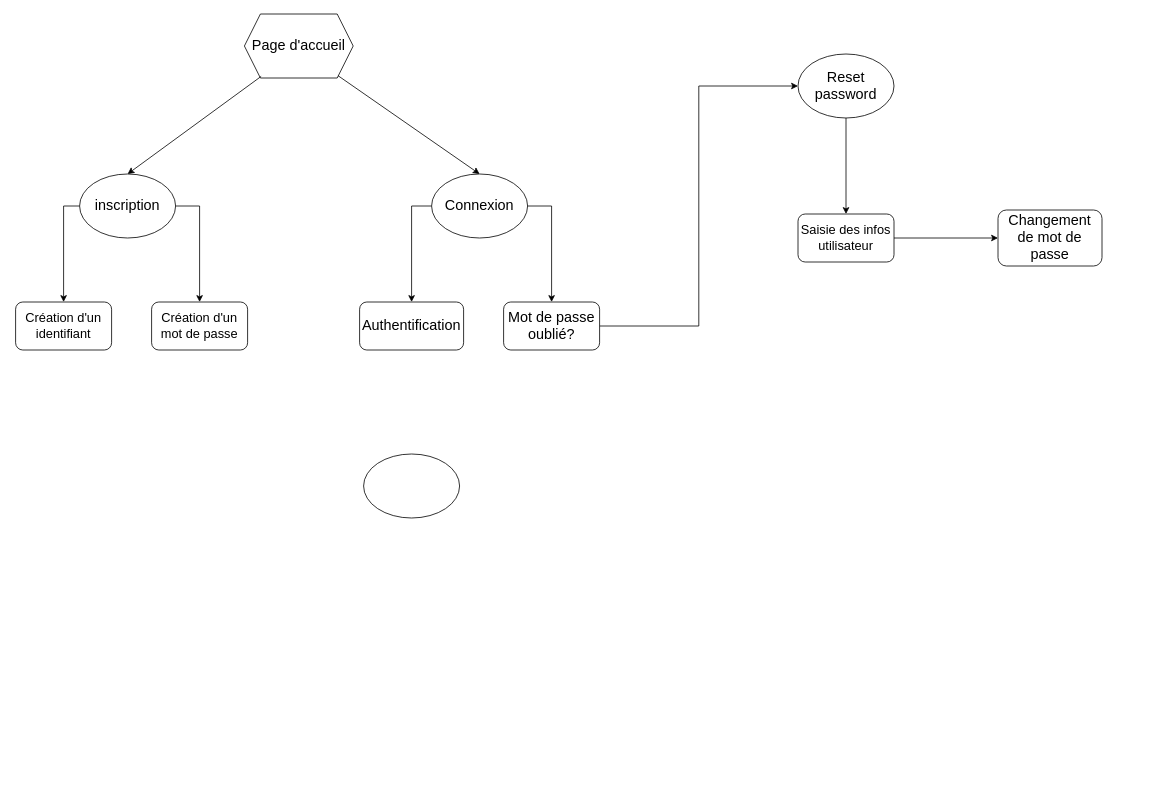
Tojomichel/-PPE---Attribution-des-places-de-parking keeps this draw.io diagram as maquette.drawio. Above is the earlier version. Source tidied: cells renumbered, new cells numbered last; positions are measured from the earlier drawing's top-left corner, leaving out a move shared by most shapes. Both pictures are drawn from the tidied source at 80%, with x=0, y=0 at pixel (15, 14).
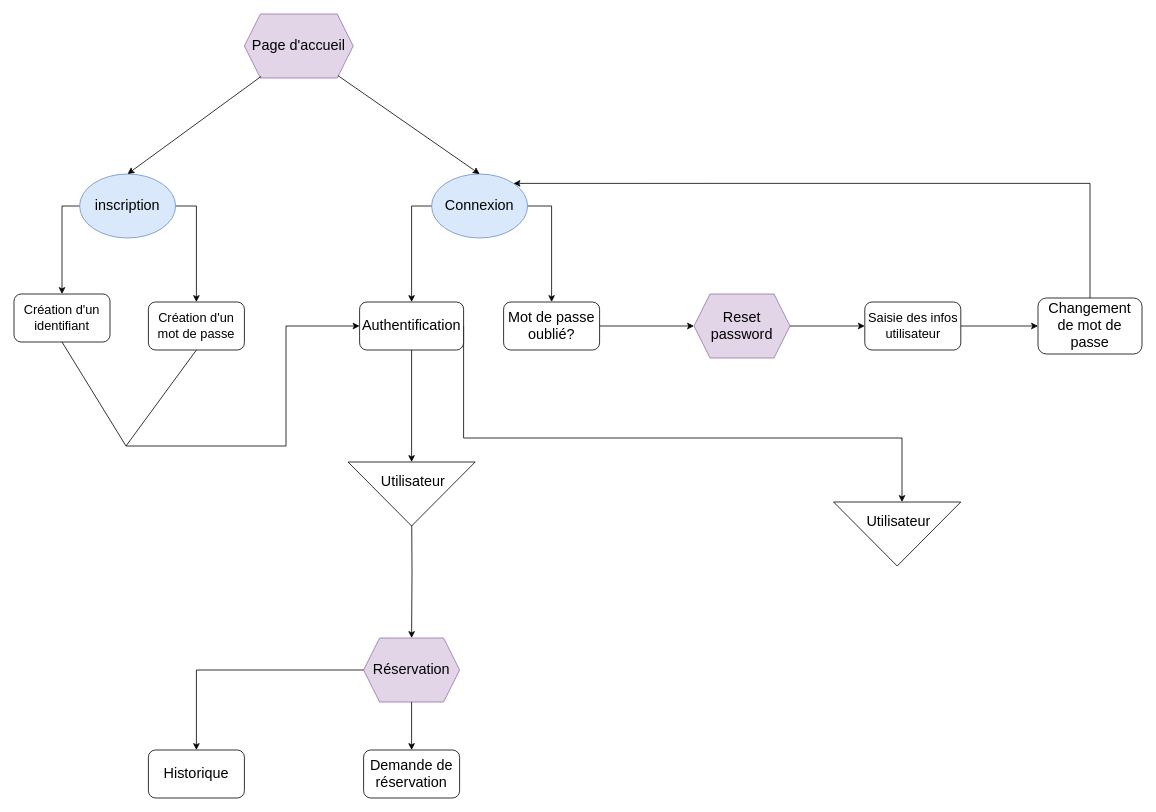
Above is the later version.

Commit message (it also covers changes not shown here):
Mettre à jour maquette.drawio

Unchanged cells that the change refers to:
```xml
<mxCell id="10" value="&lt;font style=&quot;font-size: 18px;&quot;&gt;Authentification&lt;/font&gt;" style="rounded=1;whiteSpace=wrap;html=1;" parent="1" vertex="1">
  <mxGeometry x="430" y="360" width="130" height="60" as="geometry" />
</mxCell>
```

What changed in the source:
```diff
@@
-    <mxCell id="4" value="&lt;font style=&quot;font-size: 18px;&quot;&gt;inscription&lt;/font&gt;" style="ellipse;whiteSpace=wrap;html=1;" parent="1" vertex="1">
+    <mxCell id="4" value="&lt;font style=&quot;font-size: 18px;&quot;&gt;inscription&lt;/font&gt;" style="ellipse;whiteSpace=wrap;html=1;fillColor=#dae8fc;strokeColor=#6c8ebf;" parent="1" vertex="1">
       <mxGeometry x="80" y="200" width="120" height="80" as="geometry" />
     </mxCell>
     <mxCell id="5" value="&lt;font size=&quot;3&quot;&gt;Création d'un identifiant&lt;/font&gt;" style="rounded=1;whiteSpace=wrap;html=1;" parent="1" vertex="1">
-      <mxGeometry y="360" width="120" height="60" as="geometry" />
+      <mxGeometry x="-2" y="350" width="120" height="60" as="geometry" />
     </mxCell>
     <mxCell id="6" value="&lt;font size=&quot;3&quot;&gt;Création d'un mot de passe&lt;/font&gt;" style="rounded=1;whiteSpace=wrap;html=1;" parent="1" vertex="1">
-      <mxGeometry x="170" y="360" width="120" height="60" as="geometry" />
+      <mxGeometry x="166" y="360" width="120" height="60" as="geometry" />
     </mxCell>
@@
-    <mxCell id="9" value="&lt;font style=&quot;font-size: 18px;&quot;&gt;Connexion&lt;/font&gt;" style="ellipse;whiteSpace=wrap;html=1;" parent="1" vertex="1">
+    <mxCell id="9" value="&lt;font style=&quot;font-size: 18px;&quot;&gt;Connexion&lt;/font&gt;" style="ellipse;whiteSpace=wrap;html=1;fillColor=#dae8fc;strokeColor=#6c8ebf;" parent="1" vertex="1">
       <mxGeometry x="520" y="200" width="120" height="80" as="geometry" />
     </mxCell>
+    <mxCell id="22" style="edgeStyle=orthogonalEdgeStyle;rounded=0;jettySize=auto;html=1;exitX=0.5;exitY=1;exitDx=0;exitDy=0;entryX=0.5;entryY=0;entryDx=0;entryDy=0;" parent="1" edge="1" target="30">
+      <mxGeometry relative="1" as="geometry">
+        <mxPoint x="495" y="610" as="sourcePoint" />
+      </mxGeometry>
+    </mxCell>
+    <mxCell id="23" style="edgeStyle=orthogonalEdgeStyle;rounded=0;jettySize=auto;html=1;exitX=1;exitY=0.5;exitDx=0;exitDy=0;" parent="1" edge="1" source="10">
+      <mxGeometry relative="1" as="geometry">
+        <mxPoint x="1108" y="610" as="targetPoint" />
+        <Array as="points">
+          <mxPoint x="560" y="530" />
+          <mxPoint x="1108" y="530" />
+        </Array>
+      </mxGeometry>
+    </mxCell>
@@
-    <mxCell id="13" value="&lt;font style=&quot;font-size: 18px;&quot;&gt;Page d'accueil&lt;/font&gt;" style="shape=hexagon;perimeter=hexagonPerimeter2;whiteSpace=wrap;html=1;fixedSize=1;" parent="1" vertex="1">
+    <mxCell id="13" value="&lt;font style=&quot;font-size: 18px;&quot;&gt;Page d'accueil&lt;/font&gt;" style="shape=hexagon;perimeter=hexagonPerimeter2;whiteSpace=wrap;html=1;fixedSize=1;fillColor=#e1d5e7;strokeColor=#9673a6;" parent="1" vertex="1">
       <mxGeometry x="286" width="136" height="80" as="geometry" />
     </mxCell>
@@
+    <mxCell id="18" style="edgeStyle=orthogonalEdgeStyle;rounded=0;jettySize=auto;html=1;entryX=0;entryY=0.5;entryDx=0;entryDy=0;" parent="1" edge="1" source="19" target="20">
+      <mxGeometry relative="1" as="geometry" />
+    </mxCell>
+    <mxCell id="19" value="&lt;font size=&quot;3&quot;&gt;Saisie des infos utilisateur&lt;/font&gt;" style="rounded=1;whiteSpace=wrap;html=1;" parent="1" vertex="1">
+      <mxGeometry x="1061.5" y="360" width="120" height="60" as="geometry" />
+    </mxCell>
+    <mxCell id="24" style="edgeStyle=orthogonalEdgeStyle;rounded=0;jettySize=auto;html=1;exitX=0.5;exitY=0;exitDx=0;exitDy=0;entryX=1;entryY=0;entryDx=0;entryDy=0;" parent="1" edge="1" source="20" target="9">
+      <mxGeometry relative="1" as="geometry">
+        <Array as="points">
+          <mxPoint x="1343" y="212" />
+        </Array>
+      </mxGeometry>
+    </mxCell>
+    <mxCell id="20" value="&lt;font style=&quot;font-size: 18px;&quot;&gt;Changement de mot de passe&lt;/font&gt;" style="rounded=1;whiteSpace=wrap;html=1;" parent="1" vertex="1">
+      <mxGeometry x="1278" y="355" width="130" height="70" as="geometry" />
+    </mxCell>
+    <mxCell id="25" style="endArrow=none;html=1;rounded=0;entryX=0.5;entryY=1;entryDx=0;entryDy=0;" parent="1" edge="1" target="6">
+      <mxGeometry relative="1" as="geometry">
+        <mxPoint x="138" y="540" as="sourcePoint" />
+      </mxGeometry>
+    </mxCell>
+    <mxCell id="26" style="endArrow=none;html=1;rounded=0;entryX=0.5;entryY=1;entryDx=0;entryDy=0;" parent="1" edge="1" target="5">
+      <mxGeometry relative="1" as="geometry">
+        <mxPoint x="138" y="540" as="sourcePoint" />
+      </mxGeometry>
+    </mxCell>
+    <mxCell id="27" style="endArrow=none;html=1;rounded=0;" parent="1" edge="1">
+      <mxGeometry relative="1" as="geometry">
+        <mxPoint x="138" y="540" as="sourcePoint" />
+        <mxPoint x="338" y="540" as="targetPoint" />
+      </mxGeometry>
+    </mxCell>
+    <mxCell id="28" style="endArrow=none;html=1;rounded=0;" parent="1" edge="1">
+      <mxGeometry relative="1" as="geometry">
+        <mxPoint x="338" y="540" as="sourcePoint" />
+        <mxPoint x="338" y="390" as="targetPoint" />
+      </mxGeometry>
+    </mxCell>
+    <mxCell id="29" style="endArrow=classic;html=1;rounded=0;entryX=0;entryY=0.5;entryDx=0;entryDy=0;" parent="1" edge="1" target="10">
+      <mxGeometry relative="1" as="geometry">
+        <mxPoint x="338" y="390" as="sourcePoint" />
+      </mxGeometry>
+    </mxCell>
+    <mxCell id="30" value="Réservation" style="shape=hexagon;perimeter=hexagonPerimeter2;whiteSpace=wrap;html=1;fixedSize=1;fillColor=#e1d5e7;strokeColor=#9673a6;fontSize=18;" parent="1" vertex="1">
+      <mxGeometry x="435" y="780" width="120" height="80" as="geometry" />
+    </mxCell>
-    <mxCell id="16" style="edgeStyle=orthogonalEdgeStyle;rounded=0;jettySize=auto;html=1;" parent="1" edge="1" source="17" target="19">
+    <mxCell id="16" style="edgeStyle=orthogonalEdgeStyle;rounded=0;jettySize=auto;html=1;entryX=0;entryY=0.5;entryDx=0;entryDy=0;" parent="1" edge="1" source="17" target="19">
       <mxGeometry relative="1" as="geometry" />
     </mxCell>
-    <mxCell id="17" value="&lt;font style=&quot;font-size: 18px;&quot;&gt;Reset &lt;font style=&quot;&quot;&gt;password&lt;/font&gt;&lt;/font&gt;" style="ellipse;whiteSpace=wrap;html=1;" parent="1" vertex="1">
-      <mxGeometry x="978" y="50" width="120" height="80" as="geometry" />
+    <mxCell id="17" value="&lt;font style=&quot;font-size: 18px;&quot;&gt;Reset password&lt;/font&gt;" style="shape=hexagon;perimeter=hexagonPerimeter2;whiteSpace=wrap;html=1;fixedSize=1;fillColor=#e1d5e7;strokeColor=#9673a6;" parent="1" vertex="1">
+      <mxGeometry x="848" y="350" width="120" height="80" as="geometry" />
     </mxCell>
-    <mxCell id="18" style="edgeStyle=orthogonalEdgeStyle;rounded=0;jettySize=auto;html=1;entryX=0;entryY=0.5;entryDx=0;entryDy=0;" parent="1" edge="1" source="19" target="20">
-      <mxGeometry relative="1" as="geometry" />
-    </mxCell>
-    <mxCell id="19" value="&lt;font size=&quot;3&quot;&gt;Saisie des infos utilisateur&lt;/font&gt;" style="rounded=1;whiteSpace=wrap;html=1;" parent="1" vertex="1">
-      <mxGeometry x="978" y="250" width="120" height="60" as="geometry" />
-    </mxCell>
-    <mxCell id="20" value="&lt;font style=&quot;font-size: 18px;&quot;&gt;Changement de mot de passe&lt;/font&gt;" style="rounded=1;whiteSpace=wrap;html=1;" parent="1" vertex="1">
-      <mxGeometry x="1228" y="245" width="130" height="70" as="geometry" />
-    </mxCell>
-    <mxCell id="21" style="ellipse;whiteSpace=wrap;html=1;" parent="1" vertex="1">
-      <mxGeometry x="435" y="550" width="120" height="80" as="geometry" />
-    </mxCell>
+    <mxCell id="31" value="&lt;font style=&quot;font-size: 18px;&quot;&gt;Historique&lt;/font&gt;" style="rounded=1;whiteSpace=wrap;html=1;" parent="1" vertex="1">
+      <mxGeometry x="166" y="920" width="120" height="60" as="geometry" />
+    </mxCell>
+    <mxCell id="32" value="&lt;font style=&quot;font-size: 18px;&quot;&gt;Demande de réservation&lt;/font&gt;" style="rounded=1;whiteSpace=wrap;html=1;" parent="1" vertex="1">
+      <mxGeometry x="435" y="920" width="120" height="60" as="geometry" />
+    </mxCell>
+    <mxCell id="33" style="edgeStyle=orthogonalEdgeStyle;rounded=0;jettySize=auto;html=1;exitX=0;exitY=0.5;exitDx=0;exitDy=0;entryX=0.5;entryY=0;entryDx=0;entryDy=0;" parent="1" edge="1" source="30" target="31">
+      <mxGeometry relative="1" as="geometry" />
+    </mxCell>
+    <mxCell id="34" style="edgeStyle=orthogonalEdgeStyle;rounded=0;jettySize=auto;html=1;exitX=0.5;exitY=1;exitDx=0;exitDy=0;entryX=0.5;entryY=0;entryDx=0;entryDy=0;" parent="1" edge="1" source="30" target="32">
+      <mxGeometry relative="1" as="geometry" />
+    </mxCell>
+    <mxCell id="35" style="edgeStyle=orthogonalEdgeStyle;rounded=0;jettySize=auto;html=1;exitX=0.5;exitY=1;exitDx=0;exitDy=0;entryX=0.5;entryY=0;entryDx=0;entryDy=0;" parent="1" edge="1" source="10">
+      <mxGeometry relative="1" as="geometry">
+        <mxPoint x="495" y="560" as="targetPoint" />
+      </mxGeometry>
+    </mxCell>
+    <mxCell id="36" style="triangle;whiteSpace=wrap;html=1;direction=south;" parent="1" vertex="1">
+      <mxGeometry x="415.5" y="560" width="159" height="80" as="geometry" />
+    </mxCell>
+    <mxCell id="37" value="&lt;font style=&quot;font-size: 18px;&quot;&gt;Utilisateur&lt;/font&gt;" style="text;html=1;align=center;verticalAlign=middle;whiteSpace=wrap;rounded=0;" parent="1" vertex="1">
+      <mxGeometry x="466.5" y="570" width="60" height="30" as="geometry" />
+    </mxCell>
+    <mxCell id="38" style="triangle;whiteSpace=wrap;html=1;direction=south;" parent="1" vertex="1">
+      <mxGeometry x="1022.5" y="610" width="159" height="80" as="geometry" />
+    </mxCell>
+    <mxCell id="39" value="&lt;font style=&quot;font-size: 18px;&quot;&gt;Utilisateur&lt;/font&gt;" style="text;html=1;align=center;verticalAlign=middle;whiteSpace=wrap;rounded=0;" parent="1" vertex="1">
+      <mxGeometry x="1073.5" y="620" width="60" height="30" as="geometry" />
+    </mxCell>
```
